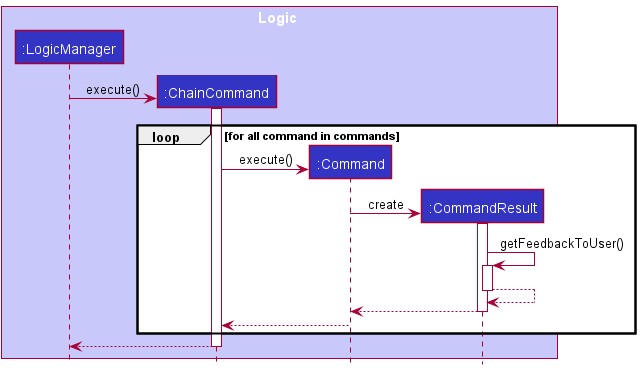
nus-cs2103-AY2122S2/tp keeps this PlantUML diagram as docs/images/ChainCommandSequenceDiagram.png. Above is the earlier version.
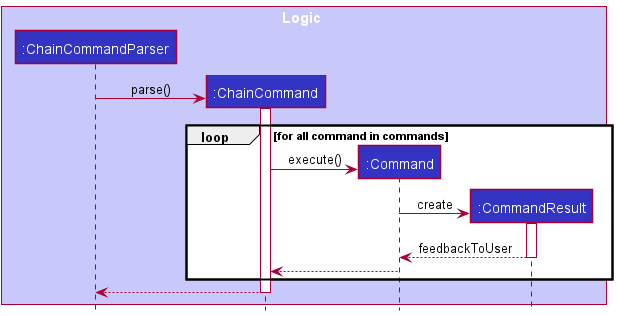
Later version of the same file.

Commit message:
Update DG and relevant diagram

Change to the diagram source:
```diff
@@ -2,14 +2,14 @@
 !include style.puml
 
 box Logic LOGIC_COLOR_T1
-participant ":LogicManager"  as LogicManager LOGIC_COLOR
+participant ":ChainCommandParser"  as ChainCommandParser LOGIC_COLOR
 participant ":ChainCommand"  as ChainCommand LOGIC_COLOR
 participant ":Command"  as Command LOGIC_COLOR
 participant ":CommandResult"  as CommandResult LOGIC_COLOR
 end box
 
 create ChainCommand
-LogicManager -> ChainCommand : execute()
+ChainCommandParser -> ChainCommand : parse()
 loop for all command in commands
     activate ChainCommand
     create Command
@@ -17,11 +17,7 @@
     create CommandResult
     Command -> CommandResult : create
     activate CommandResult
-    CommandResult -> CommandResult : getFeedbackToUser()
-    activate CommandResult
-    CommandResult --> CommandResult:
-    deactivate CommandResult
-    CommandResult --> Command:
+    CommandResult --> Command: feedbackToUser
     deactivate CommandResult
     Command --> ChainCommand:
 end
```
